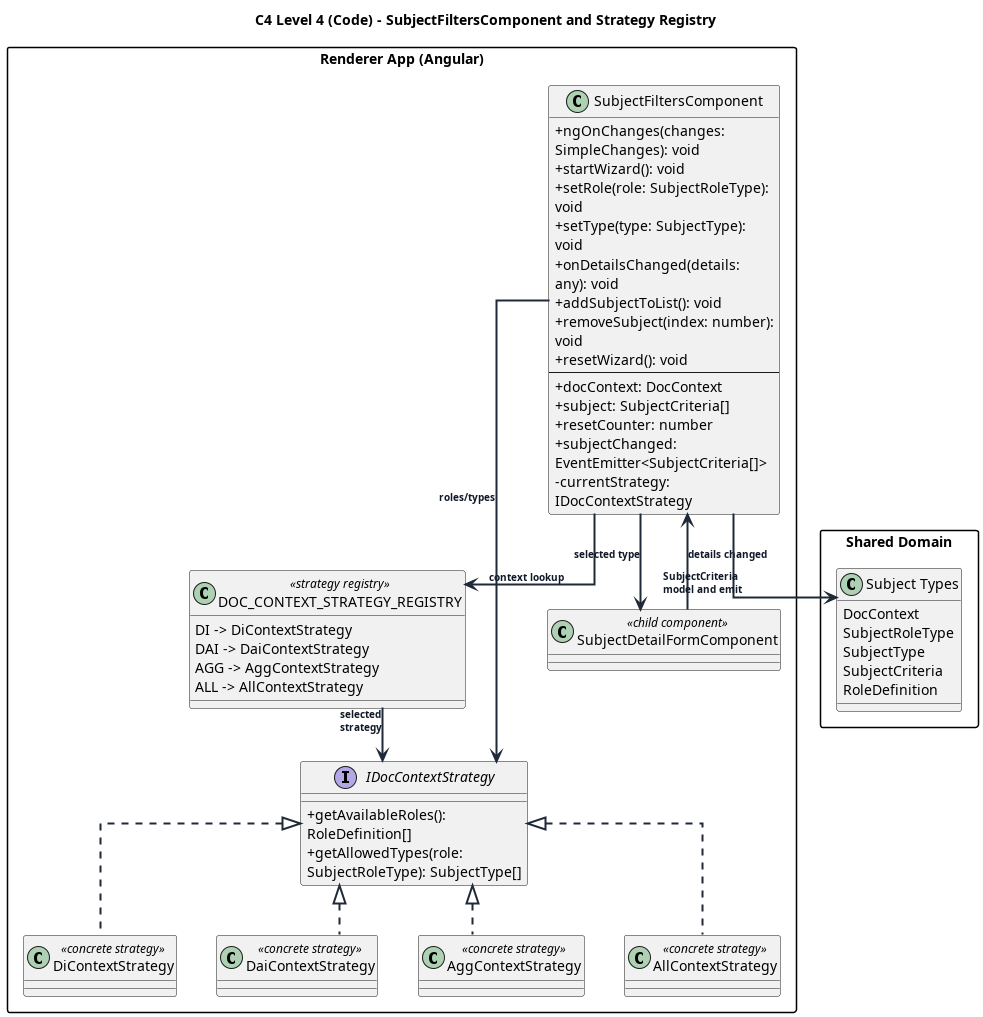
Before: assets/outDiagrammiST/subject-filters-strategy-registry-code-l4.png, a diagram exported from PlantUML (7-ZPUs/Docs). Source of this version:
```plantuml
@startuml subject-filters-strategy-registry-code-l4

title C4 Level 4 (Code) - SubjectFiltersComponent and Strategy Registry

allowmixing
top to bottom direction

skinparam shadowing false
skinparam packageStyle rectangle
skinparam classAttributeIconSize 0
skinparam defaultTextAlignment left
skinparam linetype ortho
skinparam ArrowThickness 2
skinparam ArrowColor #1F2937
skinparam ArrowFontColor #111827
skinparam ArrowFontSize 10
skinparam ArrowFontStyle bold
skinparam wrapWidth 220
skinparam maxMessageSize 80
skinparam nodesep 40
skinparam ranksep 50

package "Renderer App (Angular)" {
  class "SubjectFiltersComponent" as SubjectFilters {
    +ngOnChanges(changes: SimpleChanges): void
    +startWizard(): void
    +setRole(role: SubjectRoleType): void
    +setType(type: SubjectType): void
    +onDetailsChanged(details: any): void
    +addSubjectToList(): void
    +removeSubject(index: number): void
    +resetWizard(): void
    --
    +docContext: DocContext
    +subject: SubjectCriteria[]
    +resetCounter: number
    +subjectChanged: EventEmitter<SubjectCriteria[]>
    -currentStrategy: IDocContextStrategy
  }

  class "DOC_CONTEXT_STRATEGY_REGISTRY" as ContextRegistry <<strategy registry>> {
    DI -> DiContextStrategy
    DAI -> DaiContextStrategy
    AGG -> AggContextStrategy
    ALL -> AllContextStrategy
  }

  interface "IDocContextStrategy" as ContextStrategy {
    +getAvailableRoles(): RoleDefinition[]
    +getAllowedTypes(role: SubjectRoleType): SubjectType[]
  }

  class "DiContextStrategy" as DiStrategy <<concrete strategy>>
  class "DaiContextStrategy" as DaiStrategy <<concrete strategy>>
  class "AggContextStrategy" as AggStrategy <<concrete strategy>>
  class "AllContextStrategy" as AllStrategy <<concrete strategy>>

  class "SubjectDetailFormComponent" as DetailForm <<child component>>
}

package "Shared Domain" {
  class "Subject Types" as SubjectTypes {
    DocContext
    SubjectRoleType
    SubjectType
    SubjectCriteria
    RoleDefinition
  }
}

SubjectFilters --> ContextRegistry : context lookup
ContextRegistry --> ContextStrategy : selected strategy
ContextStrategy <|.. DiStrategy
ContextStrategy <|.. DaiStrategy
ContextStrategy <|.. AggStrategy
ContextStrategy <|.. AllStrategy

SubjectFilters --> ContextStrategy : roles/types
SubjectFilters --> DetailForm : selected type
DetailForm --> SubjectFilters : details changed

SubjectFilters --> SubjectTypes : SubjectCriteria model and emit

DiStrategy -[hidden]right-> DaiStrategy
DaiStrategy -[hidden]right-> AggStrategy
AggStrategy -[hidden]right-> AllStrategy

@enduml
```
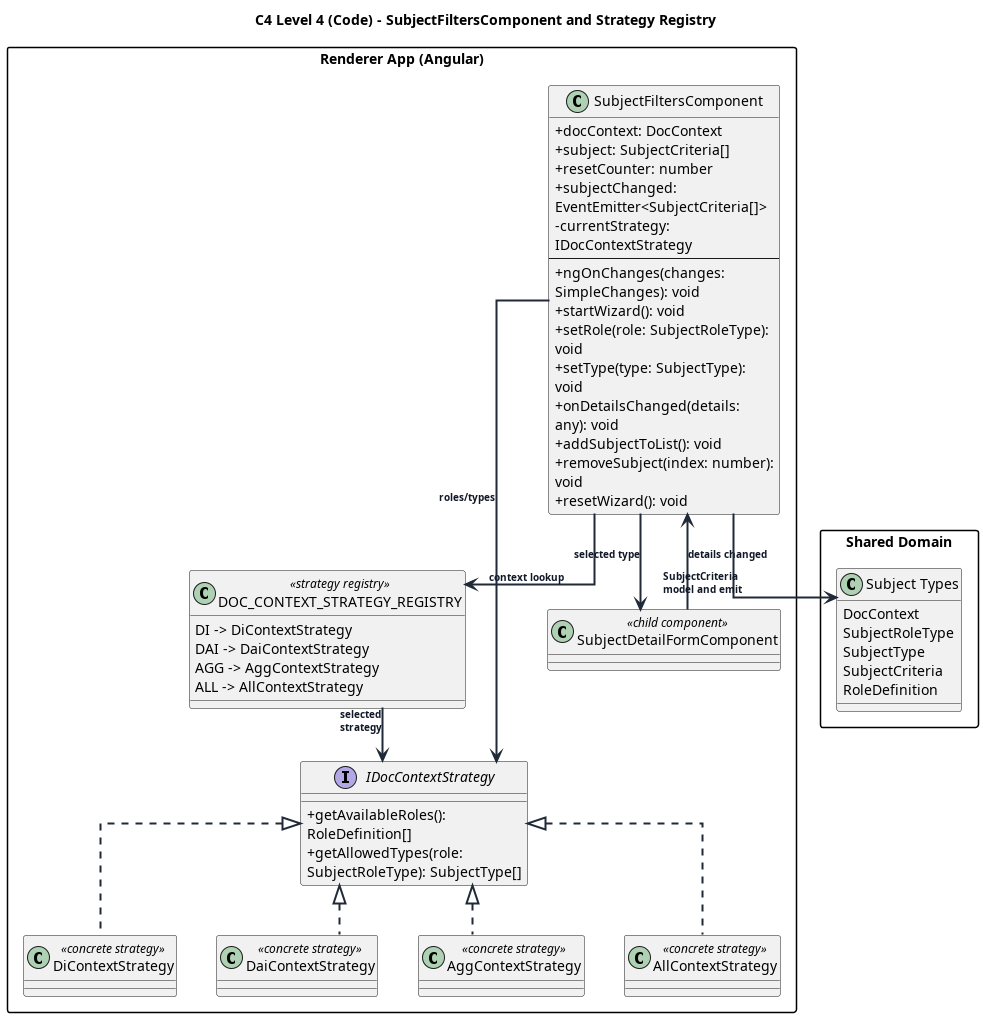
Above is the later version.

Diff of the diagram source:
```diff
@@ -22,6 +22,12 @@
 
 package "Renderer App (Angular)" {
   class "SubjectFiltersComponent" as SubjectFilters {
+    +docContext: DocContext
+    +subject: SubjectCriteria[]
+    +resetCounter: number
+    +subjectChanged: EventEmitter<SubjectCriteria[]>
+    -currentStrategy: IDocContextStrategy
+    --
     +ngOnChanges(changes: SimpleChanges): void
     +startWizard(): void
     +setRole(role: SubjectRoleType): void
@@ -30,12 +36,6 @@
     +addSubjectToList(): void
     +removeSubject(index: number): void
     +resetWizard(): void
-    --
-    +docContext: DocContext
-    +subject: SubjectCriteria[]
-    +resetCounter: number
-    +subjectChanged: EventEmitter<SubjectCriteria[]>
-    -currentStrategy: IDocContextStrategy
   }
 
   class "DOC_CONTEXT_STRATEGY_REGISTRY" as ContextRegistry <<strategy registry>> {
```
